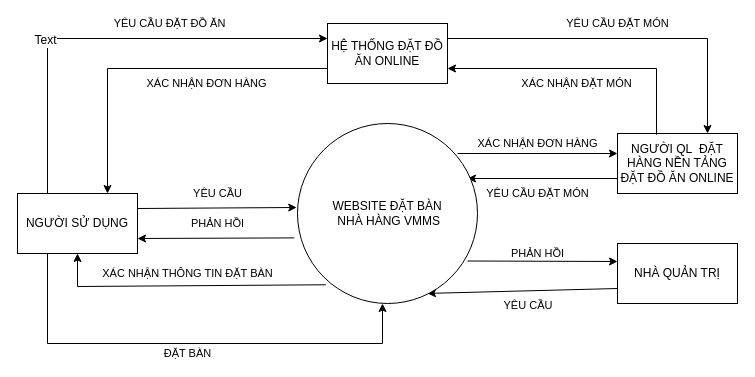
The draw.io diagram page "context Diagram" (1 of 12) of Biểu đồ không có tiêu đề.drawio in trucka312/diagram, before the edit. Source tidied: cells renumbered, new cells numbered last; positions are measured from the earlier drawing's top-left corner, leaving out a move shared by most shapes. Both pictures are drawn from the tidied source at 100%, with x=0, y=0 at pixel (17, 23).
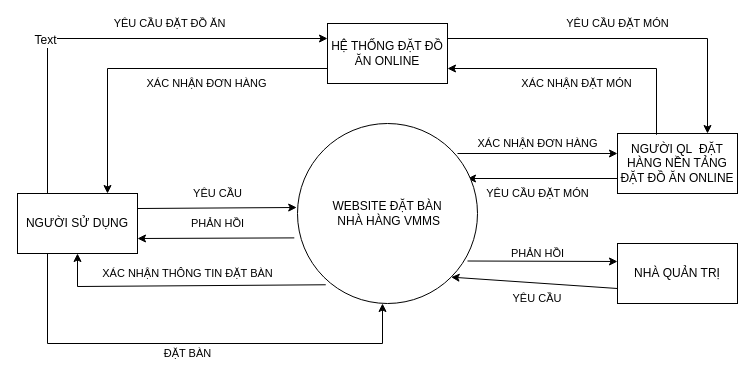
Above is the later version.

Commit message:
Cập nhật Biểu đồ không có tiêu đề.drawio

The change refers to these unchanged cells:
```xml
<mxCell id="8" value="NHÀ QUẢN TRỊ" style="rounded=0;whiteSpace=wrap;html=1;" parent="1" vertex="1">
  <mxGeometry x="600" y="220" width="120" height="60" as="geometry" />
</mxCell>
<mxCell id="13" value="WEBSITE ĐẶT BÀN&lt;br&gt;&amp;nbsp;NHÀ HÀNG VMMS" style="ellipse;whiteSpace=wrap;html=1;" parent="1" vertex="1">
  <mxGeometry x="280" y="100" width="180" height="180" as="geometry" />
</mxCell>
```

The edit, as a diff of the source:
```diff
@@
-    <mxCell id="10" value="YÊU CẦU&amp;nbsp;" style="endArrow=classic;html=1;rounded=0;exitX=0;exitY=0.75;exitDx=0;exitDy=0;entryX=0.722;entryY=0.944;entryDx=0;entryDy=0;entryPerimeter=0;" parent="1" edge="1" source="8" target="13">
+    <mxCell id="10" value="YÊU CẦU&amp;nbsp;" style="endArrow=classic;html=1;rounded=0;exitX=0;exitY=0.75;exitDx=0;exitDy=0;entryX=1;entryY=1;entryDx=0;entryDy=0;" parent="1" edge="1" source="8" target="13">
       <mxGeometry x="-0.07" y="15" relative="1" as="geometry" />
     </mxCell>
```
